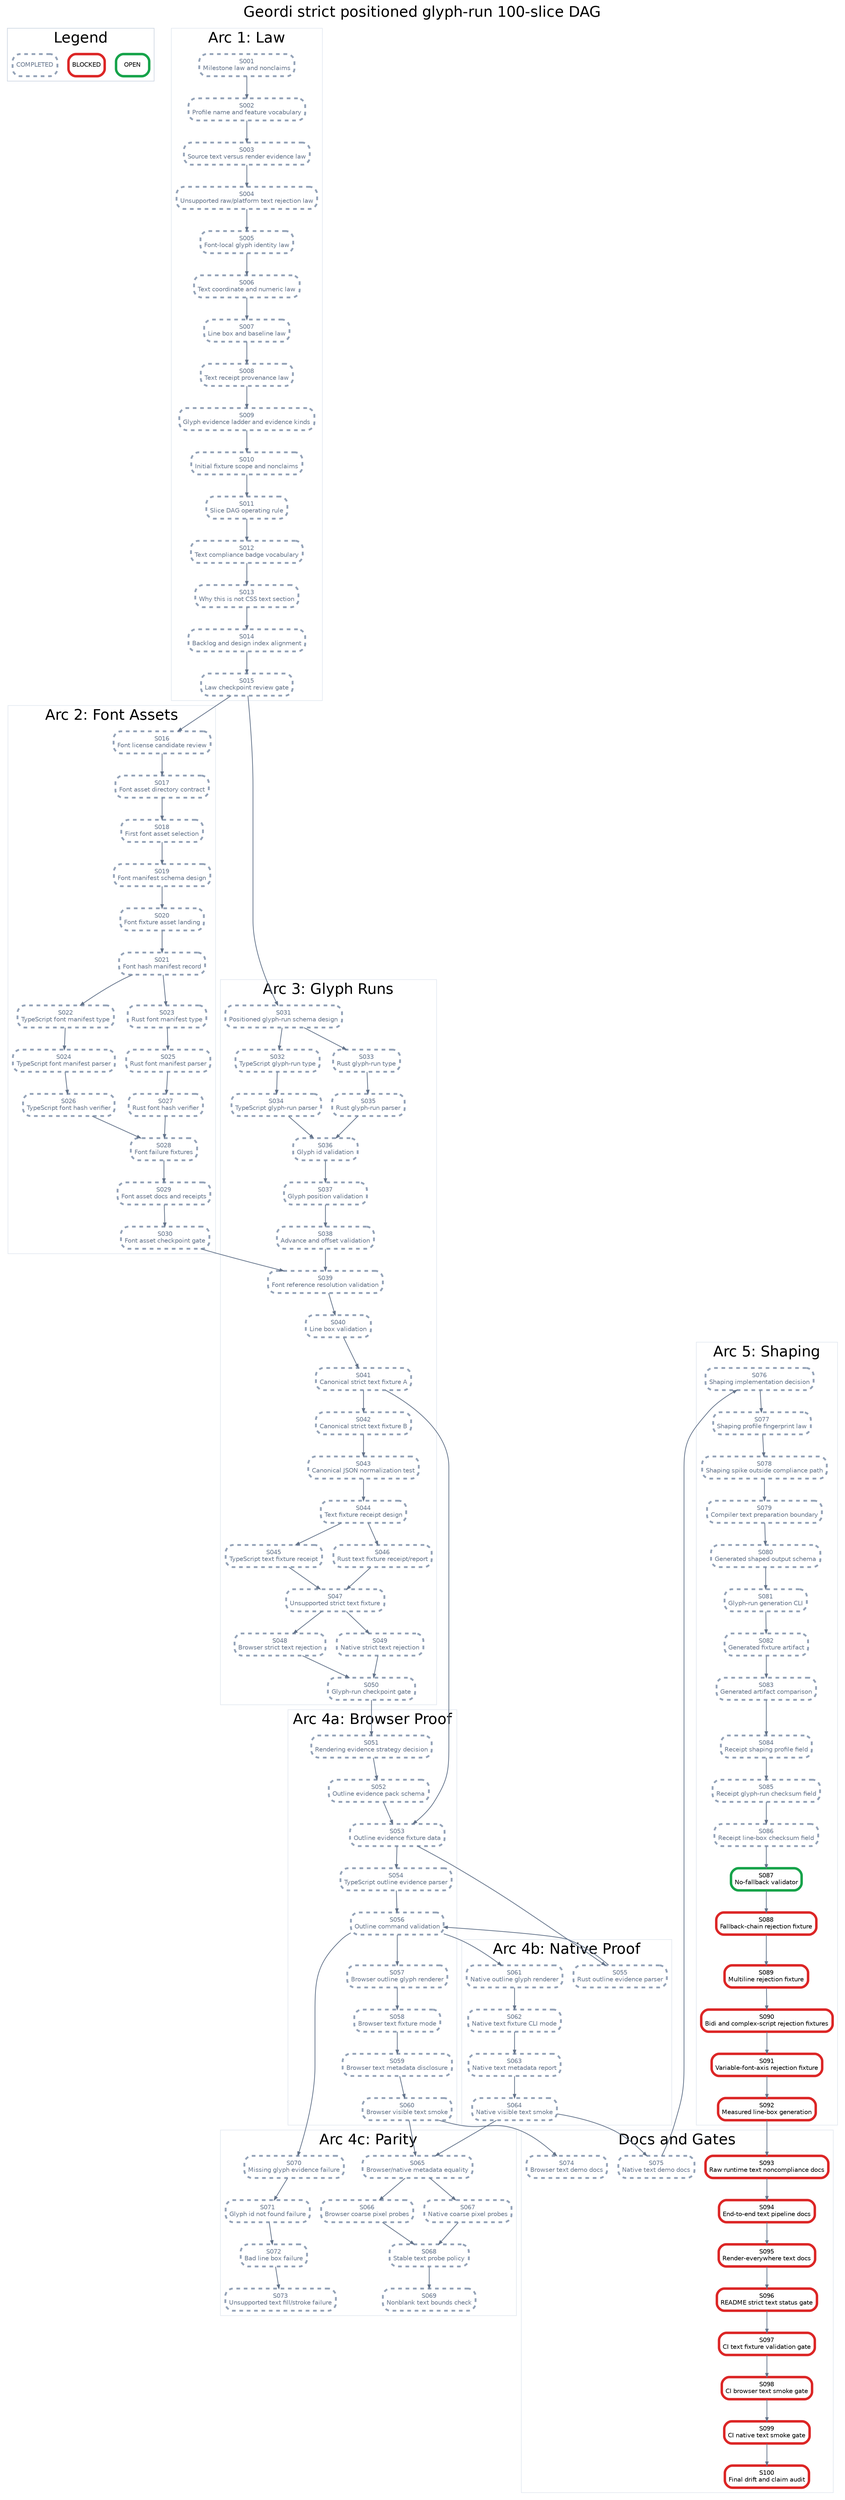
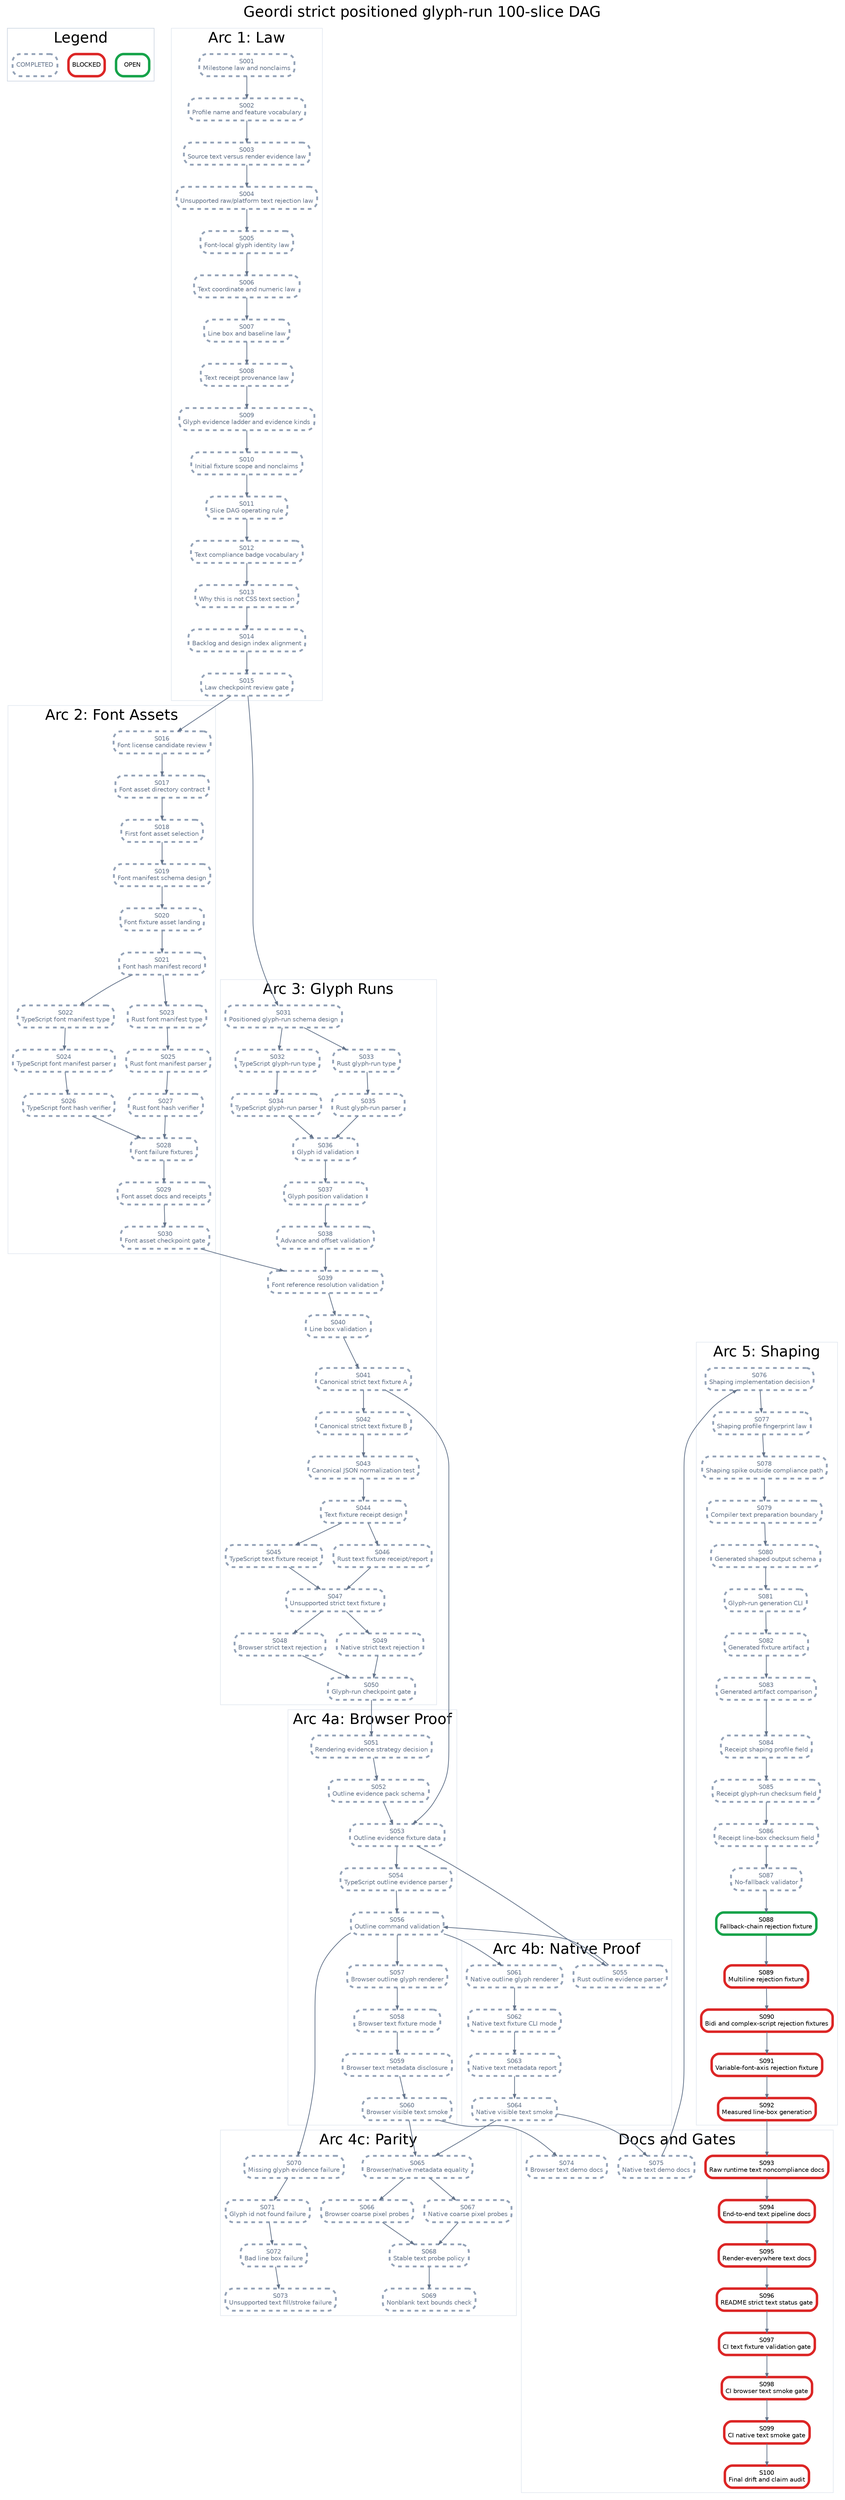
digraph StrictPositionedGlyphRunPlan {
  graph [rankdir=TB, bgcolor="white", fontname="Helvetica", label="Geordi strict positioned glyph-run 100-slice DAG", labelloc="t", fontsize=24];
  node [shape=box, style="rounded,filled", fillcolor="white", fontname="Helvetica", fontsize=10, margin="0.08,0.05"];
  edge [color="#64748b", arrowsize=0.6, penwidth=1.2];

  subgraph cluster_legend {
    label="Legend";
    color="#cbd5e1";
    legend_open [label="OPEN", color="#16a34a", penwidth=4];
    legend_blocked [label="BLOCKED", color="#dc2626", penwidth=4];
    legend_done [label="COMPLETED", color="#94a3b8", penwidth=3, style="rounded,filled,dashed", fontcolor="#64748b"];
  }

  subgraph cluster_law {
    label="Arc 1: Law";
    color="#e2e8f0";
    S001 [label="S001\nMilestone law and nonclaims", color="#94a3b8", penwidth=3, style="rounded,filled,dashed", fontcolor="#64748b"];
    S002 [label="S002\nProfile name and feature vocabulary", color="#94a3b8", penwidth=3, style="rounded,filled,dashed", fontcolor="#64748b"];
    S003 [label="S003\nSource text versus render evidence law", color="#94a3b8", penwidth=3, style="rounded,filled,dashed", fontcolor="#64748b"];
    S004 [label="S004\nUnsupported raw/platform text rejection law", color="#94a3b8", penwidth=3, style="rounded,filled,dashed", fontcolor="#64748b"];
    S005 [label="S005\nFont-local glyph identity law", color="#94a3b8", penwidth=3, style="rounded,filled,dashed", fontcolor="#64748b"];
    S006 [label="S006\nText coordinate and numeric law", color="#94a3b8", penwidth=3, style="rounded,filled,dashed", fontcolor="#64748b"];
    S007 [label="S007\nLine box and baseline law", color="#94a3b8", penwidth=3, style="rounded,filled,dashed", fontcolor="#64748b"];
    S008 [label="S008\nText receipt provenance law", color="#94a3b8", penwidth=3, style="rounded,filled,dashed", fontcolor="#64748b"];
    S009 [label="S009\nGlyph evidence ladder and evidence kinds", color="#94a3b8", penwidth=3, style="rounded,filled,dashed", fontcolor="#64748b"];
    S010 [label="S010\nInitial fixture scope and nonclaims", color="#94a3b8", penwidth=3, style="rounded,filled,dashed", fontcolor="#64748b"];
    S011 [label="S011\nSlice DAG operating rule", color="#94a3b8", penwidth=3, style="rounded,filled,dashed", fontcolor="#64748b"];
    S012 [label="S012\nText compliance badge vocabulary", color="#94a3b8", penwidth=3, style="rounded,filled,dashed", fontcolor="#64748b"];
    S013 [label="S013\nWhy this is not CSS text section", color="#94a3b8", penwidth=3, style="rounded,filled,dashed", fontcolor="#64748b"];
    S014 [label="S014\nBacklog and design index alignment", color="#94a3b8", penwidth=3, style="rounded,filled,dashed", fontcolor="#64748b"];
    S015 [label="S015\nLaw checkpoint review gate", color="#94a3b8", penwidth=3, style="rounded,filled,dashed", fontcolor="#64748b"];
  }

  subgraph cluster_assets {
    label="Arc 2: Font Assets";
    color="#e2e8f0";
    S016 [label="S016\nFont license candidate review", color="#94a3b8", penwidth=3, style="rounded,filled,dashed", fontcolor="#64748b"];
    S017 [label="S017\nFont asset directory contract", color="#94a3b8", penwidth=3, style="rounded,filled,dashed", fontcolor="#64748b"];
    S018 [label="S018\nFirst font asset selection", color="#94a3b8", penwidth=3, style="rounded,filled,dashed", fontcolor="#64748b"];
    S019 [label="S019\nFont manifest schema design", color="#94a3b8", penwidth=3, style="rounded,filled,dashed", fontcolor="#64748b"];
    S020 [label="S020\nFont fixture asset landing", color="#94a3b8", penwidth=3, style="rounded,filled,dashed", fontcolor="#64748b"];
    S021 [label="S021\nFont hash manifest record", color="#94a3b8", penwidth=3, style="rounded,filled,dashed", fontcolor="#64748b"];
    S022 [label="S022\nTypeScript font manifest type", color="#94a3b8", penwidth=3, style="rounded,filled,dashed", fontcolor="#64748b"];
    S023 [label="S023\nRust font manifest type", color="#94a3b8", penwidth=3, style="rounded,filled,dashed", fontcolor="#64748b"];
    S024 [label="S024\nTypeScript font manifest parser", color="#94a3b8", penwidth=3, style="rounded,filled,dashed", fontcolor="#64748b"];
    S025 [label="S025\nRust font manifest parser", color="#94a3b8", penwidth=3, style="rounded,filled,dashed", fontcolor="#64748b"];
    S026 [label="S026\nTypeScript font hash verifier", color="#94a3b8", penwidth=3, style="rounded,filled,dashed", fontcolor="#64748b"];
    S027 [label="S027\nRust font hash verifier", color="#94a3b8", penwidth=3, style="rounded,filled,dashed", fontcolor="#64748b"];
    S028 [label="S028\nFont failure fixtures", color="#94a3b8", penwidth=3, style="rounded,filled,dashed", fontcolor="#64748b"];
    S029 [label="S029\nFont asset docs and receipts", color="#94a3b8", penwidth=3, style="rounded,filled,dashed", fontcolor="#64748b"];
    S030 [label="S030\nFont asset checkpoint gate", color="#94a3b8", penwidth=3, style="rounded,filled,dashed", fontcolor="#64748b"];
  }

  subgraph cluster_glyph {
    label="Arc 3: Glyph Runs";
    color="#e2e8f0";
    S031 [label="S031\nPositioned glyph-run schema design", color="#94a3b8", penwidth=3, style="rounded,filled,dashed", fontcolor="#64748b"];
    S032 [label="S032\nTypeScript glyph-run type", color="#94a3b8", penwidth=3, style="rounded,filled,dashed", fontcolor="#64748b"];
    S033 [label="S033\nRust glyph-run type", color="#94a3b8", penwidth=3, style="rounded,filled,dashed", fontcolor="#64748b"];
    S034 [label="S034\nTypeScript glyph-run parser", color="#94a3b8", penwidth=3, style="rounded,filled,dashed", fontcolor="#64748b"];
    S035 [label="S035\nRust glyph-run parser", color="#94a3b8", penwidth=3, style="rounded,filled,dashed", fontcolor="#64748b"];
    S036 [label="S036\nGlyph id validation", color="#94a3b8", penwidth=3, style="rounded,filled,dashed", fontcolor="#64748b"];
    S037 [label="S037\nGlyph position validation", color="#94a3b8", penwidth=3, style="rounded,filled,dashed", fontcolor="#64748b"];
    S038 [label="S038\nAdvance and offset validation", color="#94a3b8", penwidth=3, style="rounded,filled,dashed", fontcolor="#64748b"];
    S039 [label="S039\nFont reference resolution validation", color="#94a3b8", penwidth=3, style="rounded,filled,dashed", fontcolor="#64748b"];
    S040 [label="S040\nLine box validation", color="#94a3b8", penwidth=3, style="rounded,filled,dashed", fontcolor="#64748b"];
    S041 [label="S041\nCanonical strict text fixture A", color="#94a3b8", penwidth=3, style="rounded,filled,dashed", fontcolor="#64748b"];
    S042 [label="S042\nCanonical strict text fixture B", color="#94a3b8", penwidth=3, style="rounded,filled,dashed", fontcolor="#64748b"];
    S043 [label="S043\nCanonical JSON normalization test", color="#94a3b8", penwidth=3, style="rounded,filled,dashed", fontcolor="#64748b"];
    S044 [label="S044\nText fixture receipt design", color="#94a3b8", penwidth=3, style="rounded,filled,dashed", fontcolor="#64748b"];
    S045 [label="S045\nTypeScript text fixture receipt", color="#94a3b8", penwidth=3, style="rounded,filled,dashed", fontcolor="#64748b"];
    S046 [label="S046\nRust text fixture receipt/report", color="#94a3b8", penwidth=3, style="rounded,filled,dashed", fontcolor="#64748b"];
    S047 [label="S047\nUnsupported strict text fixture", color="#94a3b8", penwidth=3, style="rounded,filled,dashed", fontcolor="#64748b"];
    S048 [label="S048\nBrowser strict text rejection", color="#94a3b8", penwidth=3, style="rounded,filled,dashed", fontcolor="#64748b"];
    S049 [label="S049\nNative strict text rejection", color="#94a3b8", penwidth=3, style="rounded,filled,dashed", fontcolor="#64748b"];
    S050 [label="S050\nGlyph-run checkpoint gate", color="#94a3b8", penwidth=3, style="rounded,filled,dashed", fontcolor="#64748b"];
  }

  subgraph cluster_browser {
    label="Arc 4a: Browser Proof";
    color="#e2e8f0";
    S051 [label="S051\nRendering evidence strategy decision", color="#94a3b8", penwidth=3, style="rounded,filled,dashed", fontcolor="#64748b"];
    S052 [label="S052\nOutline evidence pack schema", color="#94a3b8", penwidth=3, style="rounded,filled,dashed", fontcolor="#64748b"];
    S053 [label="S053\nOutline evidence fixture data", color="#94a3b8", penwidth=3, style="rounded,filled,dashed", fontcolor="#64748b"];
    S054 [label="S054\nTypeScript outline evidence parser", color="#94a3b8", penwidth=3, style="rounded,filled,dashed", fontcolor="#64748b"];
    S056 [label="S056\nOutline command validation", color="#94a3b8", penwidth=3, style="rounded,filled,dashed", fontcolor="#64748b"];
    S057 [label="S057\nBrowser outline glyph renderer", color="#94a3b8", penwidth=3, style="rounded,filled,dashed", fontcolor="#64748b"];
    S058 [label="S058\nBrowser text fixture mode", color="#94a3b8", penwidth=3, style="rounded,filled,dashed", fontcolor="#64748b"];
    S059 [label="S059\nBrowser text metadata disclosure", color="#94a3b8", penwidth=3, style="rounded,filled,dashed", fontcolor="#64748b"];
    S060 [label="S060\nBrowser visible text smoke", color="#94a3b8", penwidth=3, style="rounded,filled,dashed", fontcolor="#64748b"];
  }

  subgraph cluster_native {
    label="Arc 4b: Native Proof";
    color="#e2e8f0";
    S055 [label="S055\nRust outline evidence parser", color="#94a3b8", penwidth=3, style="rounded,filled,dashed", fontcolor="#64748b"];
    S061 [label="S061\nNative outline glyph renderer", color="#94a3b8", penwidth=3, style="rounded,filled,dashed", fontcolor="#64748b"];
    S062 [label="S062\nNative text fixture CLI mode", color="#94a3b8", penwidth=3, style="rounded,filled,dashed", fontcolor="#64748b"];
    S063 [label="S063\nNative text metadata report", color="#94a3b8", penwidth=3, style="rounded,filled,dashed", fontcolor="#64748b"];
    S064 [label="S064\nNative visible text smoke", color="#94a3b8", penwidth=3, style="rounded,filled,dashed", fontcolor="#64748b"];
  }

  subgraph cluster_parity {
    label="Arc 4c: Parity";
    color="#e2e8f0";
    S065 [label="S065\nBrowser/native metadata equality", color="#94a3b8", penwidth=3, style="rounded,filled,dashed", fontcolor="#64748b"];
    S066 [label="S066\nBrowser coarse pixel probes", color="#94a3b8", penwidth=3, style="rounded,filled,dashed", fontcolor="#64748b"];
    S067 [label="S067\nNative coarse pixel probes", color="#94a3b8", penwidth=3, style="rounded,filled,dashed", fontcolor="#64748b"];
    S068 [label="S068\nStable text probe policy", color="#94a3b8", penwidth=3, style="rounded,filled,dashed", fontcolor="#64748b"];
    S069 [label="S069\nNonblank text bounds check", color="#94a3b8", penwidth=3, style="rounded,filled,dashed", fontcolor="#64748b"];
    S070 [label="S070\nMissing glyph evidence failure", color="#94a3b8", penwidth=3, style="rounded,filled,dashed", fontcolor="#64748b"];
    S071 [label="S071\nGlyph id not found failure", color="#94a3b8", penwidth=3, style="rounded,filled,dashed", fontcolor="#64748b"];
    S072 [label="S072\nBad line box failure", color="#94a3b8", penwidth=3, style="rounded,filled,dashed", fontcolor="#64748b"];
    S073 [label="S073\nUnsupported text fill/stroke failure", color="#94a3b8", penwidth=3, style="rounded,filled,dashed", fontcolor="#64748b"];
  }

  subgraph cluster_shaping {
    label="Arc 5: Shaping";
    color="#e2e8f0";
    S076 [label="S076\nShaping implementation decision", color="#94a3b8", penwidth=3, style="rounded,filled,dashed", fontcolor="#64748b"];
    S077 [label="S077\nShaping profile fingerprint law", color="#94a3b8", penwidth=3, style="rounded,filled,dashed", fontcolor="#64748b"];
    S078 [label="S078\nShaping spike outside compliance path", color="#94a3b8", penwidth=3, style="rounded,filled,dashed", fontcolor="#64748b"];
    S079 [label="S079\nCompiler text preparation boundary", color="#94a3b8", penwidth=3, style="rounded,filled,dashed", fontcolor="#64748b"];
    S080 [label="S080\nGenerated shaped output schema", color="#94a3b8", penwidth=3, style="rounded,filled,dashed", fontcolor="#64748b"];
    S081 [label="S081\nGlyph-run generation CLI", color="#94a3b8", penwidth=3, style="rounded,filled,dashed", fontcolor="#64748b"];
    S082 [label="S082\nGenerated fixture artifact", color="#94a3b8", penwidth=3, style="rounded,filled,dashed", fontcolor="#64748b"];
    S083 [label="S083\nGenerated artifact comparison", color="#94a3b8", penwidth=3, style="rounded,filled,dashed", fontcolor="#64748b"];
    S084 [label="S084\nReceipt shaping profile field", color="#94a3b8", penwidth=3, style="rounded,filled,dashed", fontcolor="#64748b"];
    S085 [label="S085\nReceipt glyph-run checksum field", color="#94a3b8", penwidth=3, style="rounded,filled,dashed", fontcolor="#64748b"];
    S086 [label="S086\nReceipt line-box checksum field", color="#94a3b8", penwidth=3, style="rounded,filled,dashed", fontcolor="#64748b"];
-     S087 [label="S087\nNo-fallback validator", color="#16a34a", penwidth=4];
-     S088 [label="S088\nFallback-chain rejection fixture", color="#dc2626", penwidth=4];
+     S087 [label="S087\nNo-fallback validator", color="#94a3b8", penwidth=3, style="rounded,filled,dashed", fontcolor="#64748b"];
+     S088 [label="S088\nFallback-chain rejection fixture", color="#16a34a", penwidth=4];
    S089 [label="S089\nMultiline rejection fixture", color="#dc2626", penwidth=4];
    S090 [label="S090\nBidi and complex-script rejection fixtures", color="#dc2626", penwidth=4];
    S091 [label="S091\nVariable-font-axis rejection fixture", color="#dc2626", penwidth=4];
    S092 [label="S092\nMeasured line-box generation", color="#dc2626", penwidth=4];
  }

  subgraph cluster_docs {
    label="Docs and Gates";
    color="#e2e8f0";
    S074 [label="S074\nBrowser text demo docs", color="#94a3b8", penwidth=3, style="rounded,filled,dashed", fontcolor="#64748b"];
    S075 [label="S075\nNative text demo docs", color="#94a3b8", penwidth=3, style="rounded,filled,dashed", fontcolor="#64748b"];
    S093 [label="S093\nRaw runtime text noncompliance docs", color="#dc2626", penwidth=4];
    S094 [label="S094\nEnd-to-end text pipeline docs", color="#dc2626", penwidth=4];
    S095 [label="S095\nRender-everywhere text docs", color="#dc2626", penwidth=4];
    S096 [label="S096\nREADME strict text status gate", color="#dc2626", penwidth=4];
    S097 [label="S097\nCI text fixture validation gate", color="#dc2626", penwidth=4];
    S098 [label="S098\nCI browser text smoke gate", color="#dc2626", penwidth=4];
    S099 [label="S099\nCI native text smoke gate", color="#dc2626", penwidth=4];
    S100 [label="S100\nFinal drift and claim audit", color="#dc2626", penwidth=4];
  }

  S001 -> S002;
  S002 -> S003;
  S003 -> S004;
  S004 -> S005;
  S005 -> S006;
  S006 -> S007;
  S007 -> S008;
  S008 -> S009;
  S009 -> S010;
  S010 -> S011;
  S011 -> S012;
  S012 -> S013;
  S013 -> S014;
  S014 -> S015;
  S015 -> S016;
  S016 -> S017;
  S017 -> S018;
  S018 -> S019;
  S019 -> S020;
  S020 -> S021;
  S021 -> S022;
  S021 -> S023;
  S022 -> S024;
  S023 -> S025;
  S024 -> S026;
  S025 -> S027;
  S026 -> S028;
  S027 -> S028;
  S028 -> S029;
  S029 -> S030;
  S015 -> S031;
  S031 -> S032;
  S031 -> S033;
  S032 -> S034;
  S033 -> S035;
  S034 -> S036;
  S035 -> S036;
  S036 -> S037;
  S037 -> S038;
  S038 -> S039;
  S039 -> S040;
  S030 -> S039;
  S040 -> S041;
  S041 -> S042;
  S042 -> S043;
  S043 -> S044;
  S044 -> S045;
  S044 -> S046;
  S045 -> S047;
  S046 -> S047;
  S047 -> S048;
  S047 -> S049;
  S048 -> S050;
  S049 -> S050;
  S050 -> S051;
  S051 -> S052;
  S052 -> S053;
  S041 -> S053;
  S053 -> S054;
  S053 -> S055;
  S054 -> S056;
  S055 -> S056;
  S056 -> S057;
  S057 -> S058;
  S058 -> S059;
  S059 -> S060;
  S056 -> S061;
  S061 -> S062;
  S062 -> S063;
  S063 -> S064;
  S060 -> S065;
  S064 -> S065;
  S065 -> S066;
  S065 -> S067;
  S066 -> S068;
  S067 -> S068;
  S068 -> S069;
  S056 -> S070;
  S070 -> S071;
  S071 -> S072;
  S072 -> S073;
  S060 -> S074;
  S064 -> S075;
  S075 -> S076;
  S076 -> S077;
  S077 -> S078;
  S078 -> S079;
  S079 -> S080;
  S080 -> S081;
  S081 -> S082;
  S082 -> S083;
  S083 -> S084;
  S084 -> S085;
  S085 -> S086;
  S086 -> S087;
  S087 -> S088;
  S088 -> S089;
  S089 -> S090;
  S090 -> S091;
  S091 -> S092;
  S092 -> S093;
  S093 -> S094;
  S094 -> S095;
  S095 -> S096;
  S096 -> S097;
  S097 -> S098;
  S098 -> S099;
  S099 -> S100;
}
